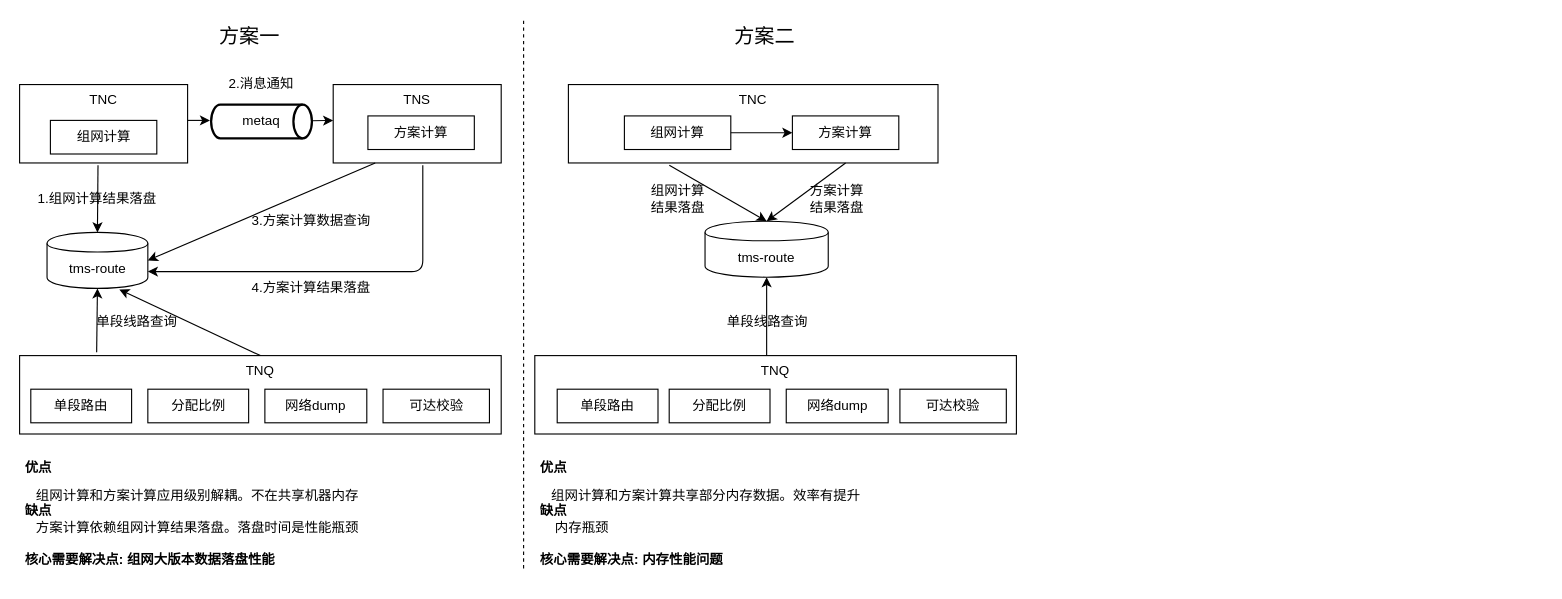
The draw.io diagram Untitled Diagram.drawio in shaonianwu/cainiao, before the edit. Source tidied: cells renumbered, new cells numbered last; positions are measured from the earlier drawing's top-left corner, leaving out a move shared by most shapes. Both pictures are drawn from the tidied source at 112%, with x=0, y=0 at pixel (19, 19).
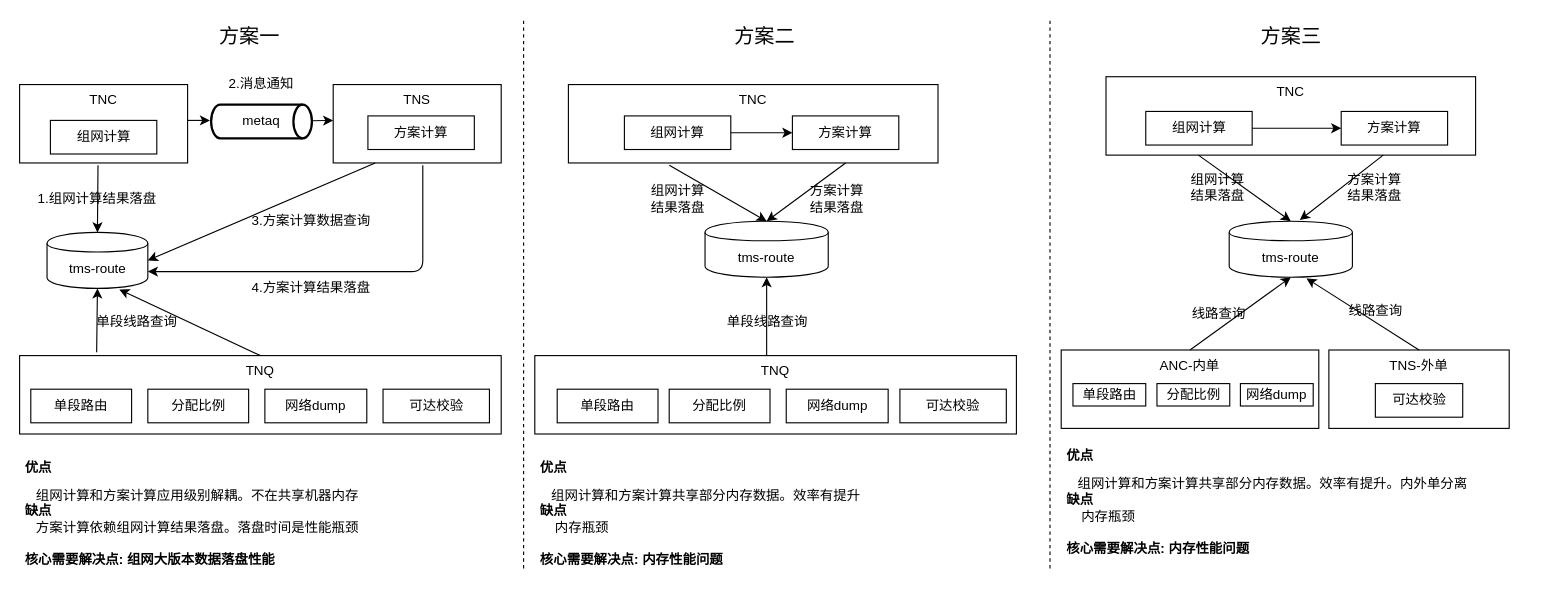
The same page after the edit.

What changed in the source:
```diff
@@
+    <mxCell id="46" style="endArrow=none;dashed=1;html=1;" parent="1" edge="1">
+      <mxGeometry relative="1" as="geometry">
+        <mxPoint x="920" y="490" as="sourcePoint" />
+        <mxPoint x="920" as="targetPoint" />
+      </mxGeometry>
+    </mxCell>
+    <mxCell id="47" value="TNC" style="rounded=0;whiteSpace=wrap;html=1;verticalAlign=top;" parent="1" vertex="1">
+      <mxGeometry x="970" y="51" width="330" height="70" as="geometry" />
+    </mxCell>
+    <mxCell id="48" value="&lt;font style=&quot;font-size: 18px&quot;&gt;方案三&lt;/font&gt;" style="text;html=1;strokeColor=none;fillColor=none;align=center;verticalAlign=middle;whiteSpace=wrap;rounded=0;" parent="1" vertex="1">
+      <mxGeometry x="1100.5" width="69" height="30" as="geometry" />
+    </mxCell>
+    <mxCell id="49" value="组网计算" style="rounded=0;whiteSpace=wrap;html=1;" parent="1" vertex="1">
+      <mxGeometry x="1005.5" y="82" width="95" height="30" as="geometry" />
+    </mxCell>
+    <mxCell id="50" value="方案计算" style="rounded=0;whiteSpace=wrap;html=1;" parent="1" vertex="1">
+      <mxGeometry x="1180" y="82" width="95" height="30" as="geometry" />
+    </mxCell>
+    <mxCell id="51" style="endArrow=classic;html=1;entryX=0;entryY=0.5;entryDx=0;entryDy=0;" parent="1" edge="1" source="49" target="50">
+      <mxGeometry relative="1" as="geometry" />
+    </mxCell>
+    <mxCell id="52" value="tms-route" style="shape=cylinder;whiteSpace=wrap;html=1;boundedLbl=1;backgroundOutline=1;" parent="1" vertex="1">
+      <mxGeometry x="1080" y="180" width="110" height="50" as="geometry" />
+    </mxCell>
+    <mxCell id="53" style="endArrow=classic;html=1;exitX=0.25;exitY=1;exitDx=0;exitDy=0;entryX=0.5;entryY=0;entryDx=0;entryDy=0;" parent="1" edge="1" source="47" target="52">
+      <mxGeometry relative="1" as="geometry" />
+    </mxCell>
+    <mxCell id="54" style="endArrow=classic;html=1;exitX=0.75;exitY=1;exitDx=0;exitDy=0;entryX=0.573;entryY=-0.02;entryDx=0;entryDy=0;entryPerimeter=0;" parent="1" edge="1" source="47" target="52">
+      <mxGeometry relative="1" as="geometry" />
+    </mxCell>
+    <mxCell id="55" value="方案计算结果落盘" style="text;html=1;strokeColor=none;fillColor=none;align=center;verticalAlign=middle;whiteSpace=wrap;rounded=0;" parent="1" vertex="1">
+      <mxGeometry x="1180" y="140" width="60" height="20" as="geometry" />
+    </mxCell>
+    <mxCell id="56" value="组网计算结果落盘" style="text;html=1;strokeColor=none;fillColor=none;align=center;verticalAlign=middle;whiteSpace=wrap;rounded=0;" parent="1" vertex="1">
+      <mxGeometry x="1040" y="140" width="60" height="20" as="geometry" />
+    </mxCell>
+    <mxCell id="57" value="ANC-内单" style="rounded=0;whiteSpace=wrap;html=1;verticalAlign=top;" parent="1" vertex="1">
+      <mxGeometry x="930" y="295" width="230" height="70" as="geometry" />
+    </mxCell>
+    <mxCell id="58" value="TNS-外单" style="rounded=0;whiteSpace=wrap;html=1;verticalAlign=top;" parent="1" vertex="1">
+      <mxGeometry x="1169" y="295" width="161" height="70" as="geometry" />
+    </mxCell>
+    <mxCell id="59" value="可达校验" style="rounded=0;whiteSpace=wrap;html=1;" parent="1" vertex="1">
+      <mxGeometry x="1210.5" y="325" width="78" height="30" as="geometry" />
+    </mxCell>
+    <mxCell id="60" value="单段路由" style="rounded=0;whiteSpace=wrap;html=1;" parent="1" vertex="1">
+      <mxGeometry x="940.5" y="325" width="65" height="20" as="geometry" />
+    </mxCell>
+    <mxCell id="61" value="分配比例" style="rounded=0;whiteSpace=wrap;html=1;" parent="1" vertex="1">
+      <mxGeometry x="1015.5" y="325" width="65" height="20" as="geometry" />
+    </mxCell>
+    <mxCell id="62" value="网络dump" style="rounded=0;whiteSpace=wrap;html=1;" parent="1" vertex="1">
+      <mxGeometry x="1090" y="325" width="65" height="20" as="geometry" />
+    </mxCell>
+    <mxCell id="63" style="endArrow=classic;html=1;entryX=0.5;entryY=1;entryDx=0;entryDy=0;exitX=0.5;exitY=0;exitDx=0;exitDy=0;" parent="1" edge="1" source="57" target="52">
+      <mxGeometry relative="1" as="geometry" />
+    </mxCell>
+    <mxCell id="64" style="endArrow=classic;html=1;entryX=0.627;entryY=1.02;entryDx=0;entryDy=0;entryPerimeter=0;exitX=0.5;exitY=0;exitDx=0;exitDy=0;" parent="1" edge="1" source="58" target="52">
+      <mxGeometry relative="1" as="geometry" />
+    </mxCell>
+    <mxCell id="65" value="线路查询" style="text;html=1;strokeColor=none;fillColor=none;align=center;verticalAlign=middle;whiteSpace=wrap;rounded=0;" parent="1" vertex="1">
+      <mxGeometry x="1040.5" y="252.5" width="60" height="20" as="geometry" />
+    </mxCell>
+    <mxCell id="66" value="线路查询" style="text;html=1;strokeColor=none;fillColor=none;align=center;verticalAlign=middle;whiteSpace=wrap;rounded=0;" parent="1" vertex="1">
+      <mxGeometry x="1180.5" y="250" width="60" height="20" as="geometry" />
+    </mxCell>
+    <mxCell id="67" value="&lt;h1 style=&quot;font-size: 15px&quot;&gt;&lt;b style=&quot;font-size: 12px&quot;&gt;优点&lt;/b&gt;&lt;br&gt;&lt;/h1&gt;&lt;div&gt;&amp;nbsp; &amp;nbsp;组网计算和方案计算共享部分内存数据。效率有提升。内外单分离&lt;/div&gt;&lt;div&gt;&lt;b&gt;缺点&lt;/b&gt;&lt;/div&gt;&lt;div&gt;&amp;nbsp; &amp;nbsp; 内存瓶颈&lt;/div&gt;&lt;div&gt;&lt;br&gt;&lt;/div&gt;&lt;div&gt;&lt;b&gt;核心需要解决点: 内存性能问题&lt;/b&gt;&lt;/div&gt;" style="text;html=1;strokeColor=none;fillColor=none;spacing=5;spacingTop=-20;whiteSpace=wrap;overflow=hidden;rounded=0;" parent="1" vertex="1">
+      <mxGeometry x="930" y="380" width="430" height="100" as="geometry" />
+    </mxCell>
```
